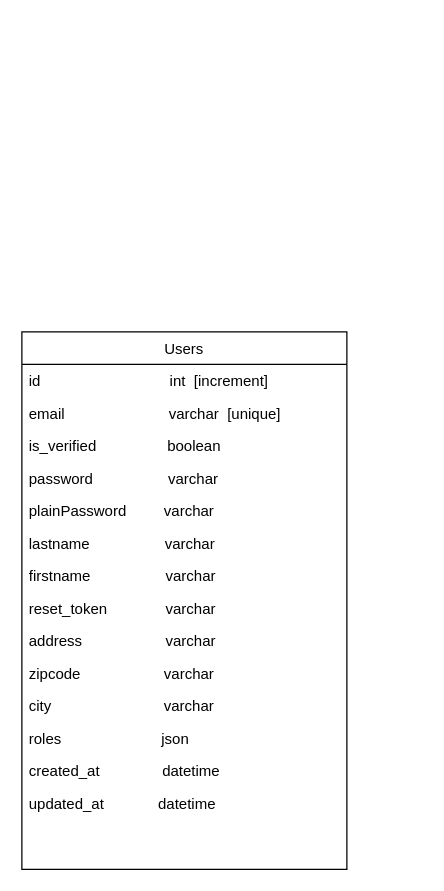
Earlier version of the draw.io diagram astandard.drawio (cyrisa02/diagrammes-UML). Source tidied: cells renumbered, new cells numbered last; positions are measured from the earlier drawing's top-left corner, leaving out a move shared by most shapes. Both pictures are drawn from the tidied source at 125%, with x=0, y=0 at pixel (21, 331).
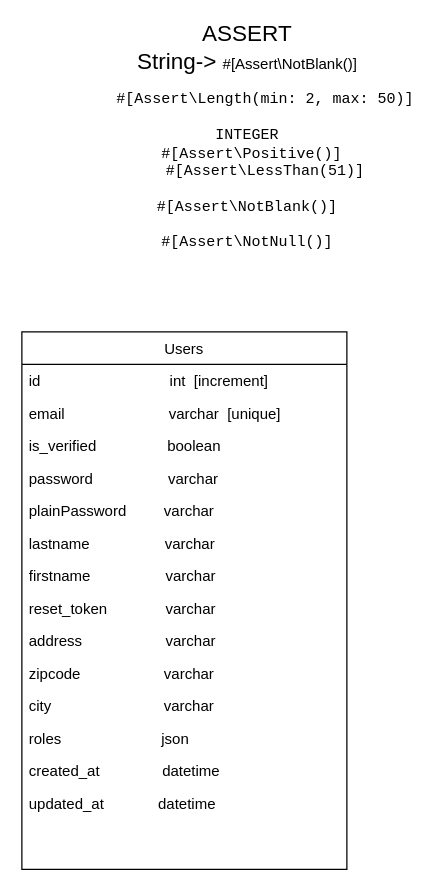
The same diagram, later.

The edit, as a diff of the source:
```diff
@@
 <mxGraphModel>
   <root>
     <mxCell id="0" />
     <mxCell id="1" parent="0" />
     <mxCell id="2" value="Users" style="swimlane;fontStyle=0;align=center;verticalAlign=top;horizontal=1;startSize=26;rounded=0;shadow=0;strokeWidth=1;" parent="1" vertex="1">
       <mxGeometry width="260" height="430" as="geometry" />
     </mxCell>
     <mxCell id="3" value="id                               int  [increment]" style="text;align=left;verticalAlign=top;spacingLeft=4;spacingRight=4;overflow=hidden;" parent="2" vertex="1">
       <mxGeometry y="26" width="260" height="26" as="geometry" />
     </mxCell>
     <mxCell id="4" value="email                         varchar  [unique]" style="text;align=left;verticalAlign=top;spacingLeft=4;spacingRight=4;overflow=hidden;" parent="2" vertex="1">
       <mxGeometry y="52" width="260" height="26" as="geometry" />
     </mxCell>
     <mxCell id="5" value="is_verified                 boolean" style="text;align=left;verticalAlign=top;spacingLeft=4;spacingRight=4;overflow=hidden;" parent="2" vertex="1">
       <mxGeometry y="78" width="260" height="26" as="geometry" />
     </mxCell>
     <mxCell id="6" value="password                  varchar" style="text;align=left;verticalAlign=top;spacingLeft=4;spacingRight=4;overflow=hidden;" parent="2" vertex="1">
       <mxGeometry y="104" width="260" height="26" as="geometry" />
     </mxCell>
     <mxCell id="7" value="plainPassword         varchar" style="text;align=left;verticalAlign=top;spacingLeft=4;spacingRight=4;overflow=hidden;" parent="2" vertex="1">
       <mxGeometry y="130" width="260" height="26" as="geometry" />
     </mxCell>
     <mxCell id="8" value="lastname                  varchar" style="text;align=left;verticalAlign=top;spacingLeft=4;spacingRight=4;overflow=hidden;" parent="2" vertex="1">
       <mxGeometry y="156" width="260" height="26" as="geometry" />
     </mxCell>
     <mxCell id="9" value="firstname                  varchar" style="text;align=left;verticalAlign=top;spacingLeft=4;spacingRight=4;overflow=hidden;" parent="2" vertex="1">
       <mxGeometry y="182" width="260" height="26" as="geometry" />
     </mxCell>
     <mxCell id="10" value="reset_token              varchar" style="text;align=left;verticalAlign=top;spacingLeft=4;spacingRight=4;overflow=hidden;" parent="2" vertex="1">
       <mxGeometry y="208" width="260" height="26" as="geometry" />
     </mxCell>
     <mxCell id="11" value="address                    varchar" style="text;align=left;verticalAlign=top;spacingLeft=4;spacingRight=4;overflow=hidden;" parent="2" vertex="1">
       <mxGeometry y="234" width="260" height="26" as="geometry" />
     </mxCell>
     <mxCell id="12" value="zipcode                    varchar" style="text;align=left;verticalAlign=top;spacingLeft=4;spacingRight=4;overflow=hidden;" parent="2" vertex="1">
       <mxGeometry y="260" width="260" height="26" as="geometry" />
     </mxCell>
     <mxCell id="13" value="city                           varchar" style="text;align=left;verticalAlign=top;spacingLeft=4;spacingRight=4;overflow=hidden;" parent="2" vertex="1">
       <mxGeometry y="286" width="260" height="26" as="geometry" />
     </mxCell>
     <mxCell id="14" value="roles                        json" style="text;align=left;verticalAlign=top;spacingLeft=4;spacingRight=4;overflow=hidden;" parent="2" vertex="1">
       <mxGeometry y="312" width="260" height="26" as="geometry" />
     </mxCell>
     <mxCell id="15" value="created_at               datetime" style="text;align=left;verticalAlign=top;spacingLeft=4;spacingRight=4;overflow=hidden;" parent="2" vertex="1">
       <mxGeometry y="338" width="260" height="26" as="geometry" />
     </mxCell>
     <mxCell id="16" value="updated_at             datetime" style="text;align=left;verticalAlign=top;spacingLeft=4;spacingRight=4;overflow=hidden;" parent="2" vertex="1">
       <mxGeometry y="364" width="260" height="26" as="geometry" />
     </mxCell>
+    <mxCell id="17" value="&lt;div&gt;&lt;font style=&quot;font-size: 18px;&quot;&gt;ASSERT&lt;/font&gt;&lt;/div&gt;&lt;div&gt;&lt;font style=&quot;font-size: 18px;&quot;&gt;String-&amp;gt; &lt;/font&gt;&lt;span id=&quot;LC25&quot; class=&quot;line&quot; lang=&quot;php&quot;&gt;&lt;span class=&quot;c1&quot;&gt;#[Assert\NotBlank()]&lt;/span&gt;&lt;/span&gt;&lt;br&gt;&lt;/div&gt;&lt;pre class=&quot;code highlight&quot; lang=&quot;php&quot;&gt;&lt;span id=&quot;LC26&quot; class=&quot;line&quot; lang=&quot;php&quot;&gt;    &lt;span class=&quot;c1&quot;&gt;#[Assert\Length(min: 2, max: 50)]&lt;br&gt;&lt;br&gt;INTEGER&lt;br&gt;&lt;/span&gt;&lt;/span&gt;&lt;span id=&quot;LC42&quot; class=&quot;line&quot; lang=&quot;php&quot;&gt; &lt;span class=&quot;c1&quot;&gt;#[Assert\Positive()]&lt;/span&gt;&lt;/span&gt;&lt;br/&gt;&lt;span id=&quot;LC43&quot; class=&quot;line&quot; lang=&quot;php&quot;&gt;    &lt;span class=&quot;c1&quot;&gt;#[Assert\LessThan(51)]&lt;/span&gt;&lt;/span&gt;&lt;br/&gt;&lt;br&gt;&lt;code&gt;&lt;span class=&quot;c1&quot;&gt;#[Assert\NotBlank()]&lt;/span&gt;&lt;/code&gt;&lt;span id=&quot;LC26&quot; class=&quot;line&quot; lang=&quot;php&quot;&gt;&lt;span class=&quot;c1&quot;&gt;&lt;/span&gt;&lt;/span&gt;&lt;br&gt;&lt;br&gt;&lt;code&gt;&lt;span class=&quot;c1&quot;&gt;#[Assert\NotNull()]&lt;/span&gt;&lt;/code&gt;&lt;/pre&gt;" style="text;html=1;align=center;verticalAlign=middle;fillColor=none;strokeColor=none;rounded=0;" parent="1" vertex="1">
+      <mxGeometry x="40" y="-245" width="280" height="190" as="geometry" />
+    </mxCell>
   </root>
 </mxGraphModel>
```
